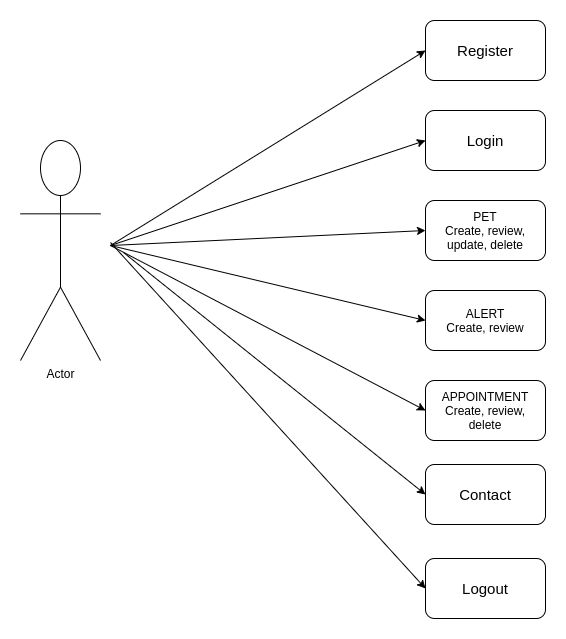
Before: staff/monica-morales/pet-care/pet-care-doc/images/usecase.png, a diagram exported from draw.io (momorales/skylab-bootcamp-202001). Source tidied: cells renumbered, new cells last; positions are measured from the earlier drawing's top-left corner, leaving out a move shared by most shapes.
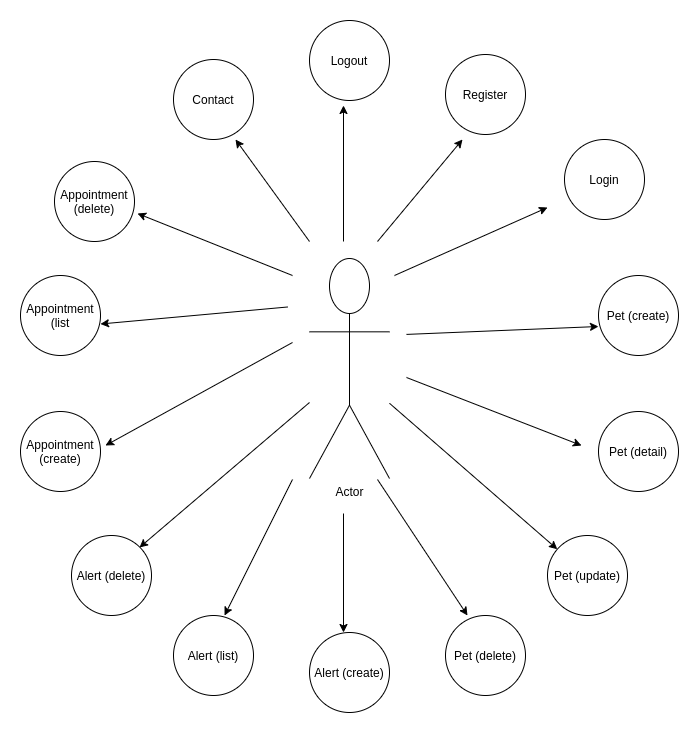
Above is the later version.

Commit message:
modificar docu

Change to the diagram source:
```diff
@@ -3,65 +3,125 @@
     <mxCell id="0" />
     <mxCell id="1" parent="0" />
     <mxCell id="2" value="Actor" style="shape=umlActor;verticalLabelPosition=bottom;labelBackgroundColor=#ffffff;verticalAlign=top;html=1;outlineConnect=0;" parent="1" vertex="1">
-      <mxGeometry y="120" width="80" height="220" as="geometry" />
+      <mxGeometry x="86" y="249" width="80" height="220" as="geometry" />
     </mxCell>
-    <mxCell id="3" style="endArrow=classic;html=1;targetPerimeterSpacing=7;jumpSize=12;strokeColor=#000000;rounded=1;jumpStyle=arc;entryX=0;entryY=0.5;entryDx=0;entryDy=0;" parent="1" edge="1" target="8">
-      <mxGeometry relative="1" as="geometry">
-        <mxPoint x="90" y="225" as="sourcePoint" />
-      </mxGeometry>
-    </mxCell>
-    <mxCell id="4" style="endArrow=classic;html=1;targetPerimeterSpacing=7;jumpSize=12;strokeColor=#000000;rounded=1;jumpStyle=arc;" parent="1" edge="1">
-      <mxGeometry relative="1" as="geometry">
-        <mxPoint x="90" y="225" as="sourcePoint" />
-        <mxPoint x="405" y="120" as="targetPoint" />
-      </mxGeometry>
-    </mxCell>
-    <mxCell id="5" style="endArrow=classic;html=1;targetPerimeterSpacing=7;jumpSize=12;strokeColor=#000000;rounded=1;jumpStyle=arc;entryX=0;entryY=0.5;entryDx=0;entryDy=0;" parent="1" edge="1" target="10">
-      <mxGeometry relative="1" as="geometry">
-        <mxPoint x="90" y="225" as="sourcePoint" />
-      </mxGeometry>
-    </mxCell>
-    <mxCell id="6" style="endArrow=classic;html=1;targetPerimeterSpacing=7;jumpSize=12;strokeColor=#000000;rounded=1;jumpStyle=arc;entryX=0;entryY=0.5;entryDx=0;entryDy=0;" parent="1" edge="1" target="11">
-      <mxGeometry relative="1" as="geometry">
-        <mxPoint x="90" y="225" as="sourcePoint" />
-      </mxGeometry>
-    </mxCell>
-    <mxCell id="7" style="endArrow=classic;html=1;targetPerimeterSpacing=7;jumpSize=12;strokeColor=#000000;rounded=1;jumpStyle=arc;" parent="1" edge="1">
-      <mxGeometry relative="1" as="geometry">
-        <mxPoint x="90" y="225" as="sourcePoint" />
-        <mxPoint x="405" y="390" as="targetPoint" />
-      </mxGeometry>
-    </mxCell>
-    <mxCell id="8" value="&lt;font style=&quot;font-size: 15px&quot;&gt;Register&lt;/font&gt;" style="rounded=1;whiteSpace=wrap;html=1;" parent="1" vertex="1">
-      <mxGeometry x="405" width="120" height="60" as="geometry" />
+    <mxCell id="8" value="Register" style="ellipse;whiteSpace=wrap;html=1;" parent="1" vertex="1">
+      <mxGeometry x="222" y="45" width="80" height="80" as="geometry" />
     </mxCell>
-    <mxCell id="9" value="&lt;font style=&quot;font-size: 15px&quot;&gt;Login&lt;/font&gt;" style="rounded=1;whiteSpace=wrap;html=1;" parent="1" vertex="1">
-      <mxGeometry x="405" y="90" width="120" height="60" as="geometry" />
+    <mxCell id="9" value="Login" style="ellipse;whiteSpace=wrap;html=1;" parent="1" vertex="1">
+      <mxGeometry x="341" y="130" width="80" height="80" as="geometry" />
     </mxCell>
-    <mxCell id="10" value="PET&lt;br&gt;Create, review,&lt;br&gt;update, delete&lt;br&gt;" style="rounded=1;whiteSpace=wrap;html=1;" parent="1" vertex="1">
-      <mxGeometry x="405" y="180" width="120" height="60" as="geometry" />
-    </mxCell>
-    <mxCell id="11" value="ALERT&lt;br&gt;Create, review" style="rounded=1;whiteSpace=wrap;html=1;" parent="1" vertex="1">
-      <mxGeometry x="405" y="270" width="120" height="60" as="geometry" />
-    </mxCell>
-    <mxCell id="12" value="APPOINTMENT&lt;br&gt;Create, review,&lt;br&gt;delete" style="rounded=1;whiteSpace=wrap;html=1;" parent="1" vertex="1">
-      <mxGeometry x="405" y="360" width="120" height="60" as="geometry" />
-    </mxCell>
+    <mxCell id="17" value="Pet (create)" style="ellipse;whiteSpace=wrap;html=1;" parent="1" vertex="1">
+      <mxGeometry x="375" y="266" width="80" height="80" as="geometry" />
+    </mxCell>
+    <mxCell id="18" value="Pet (detail)" style="ellipse;whiteSpace=wrap;html=1;" parent="1" vertex="1">
+      <mxGeometry x="375" y="402" width="80" height="80" as="geometry" />
+    </mxCell>
+    <mxCell id="19" value="Pet (update)" style="ellipse;whiteSpace=wrap;html=1;" parent="1" vertex="1">
+      <mxGeometry x="324" y="526" width="80" height="80" as="geometry" />
+    </mxCell>
+    <mxCell id="20" value="Pet (delete)" style="ellipse;whiteSpace=wrap;html=1;" parent="1" vertex="1">
+      <mxGeometry x="222" y="606" width="80" height="80" as="geometry" />
+    </mxCell>
+    <mxCell id="21" value="Alert (create)" style="ellipse;whiteSpace=wrap;html=1;" parent="1" vertex="1">
+      <mxGeometry x="86" y="623" width="80" height="80" as="geometry" />
+    </mxCell>
+    <mxCell id="22" value="Alert (list)" style="ellipse;whiteSpace=wrap;html=1;" parent="1" vertex="1">
+      <mxGeometry x="-50" y="606" width="80" height="80" as="geometry" />
+    </mxCell>
+    <mxCell id="23" value="Alert (delete)" style="ellipse;whiteSpace=wrap;html=1;" parent="1" vertex="1">
+      <mxGeometry x="-152" y="526" width="80" height="80" as="geometry" />
+    </mxCell>
+    <mxCell id="24" value="Appointment (create)" style="ellipse;whiteSpace=wrap;html=1;" parent="1" vertex="1">
+      <mxGeometry x="-203" y="402" width="80" height="80" as="geometry" />
+    </mxCell>
+    <mxCell id="25" value="Appointment (delete)" style="ellipse;whiteSpace=wrap;html=1;" parent="1" vertex="1">
+      <mxGeometry x="-169" y="152" width="80" height="80" as="geometry" />
+    </mxCell>
+    <mxCell id="26" value="Appointment (list" style="ellipse;whiteSpace=wrap;html=1;" parent="1" vertex="1">
+      <mxGeometry x="-203" y="266" width="80" height="80" as="geometry" />
+    </mxCell>
+    <mxCell id="14" value="Contact" style="ellipse;whiteSpace=wrap;html=1;" parent="1" vertex="1">
+      <mxGeometry x="-50" y="50" width="80" height="80" as="geometry" />
+    </mxCell>
-    <mxCell id="13" value="&lt;font style=&quot;font-size: 15px&quot;&gt;Logout&lt;/font&gt;" style="rounded=1;whiteSpace=wrap;html=1;" parent="1" vertex="1">
-      <mxGeometry x="405" y="538" width="120" height="60" as="geometry" />
+    <mxCell id="13" value="Logout" style="ellipse;whiteSpace=wrap;html=1;" parent="1" vertex="1">
+      <mxGeometry x="86" y="11" width="80" height="80" as="geometry" />
     </mxCell>
-    <mxCell id="14" value="&lt;font style=&quot;font-size: 15px&quot;&gt;Contact&lt;/font&gt;" style="rounded=1;whiteSpace=wrap;html=1;" parent="1" vertex="1">
-      <mxGeometry x="405" y="444" width="120" height="60" as="geometry" />
-    </mxCell>
-    <mxCell id="15" style="endArrow=classic;html=1;targetPerimeterSpacing=7;jumpSize=12;strokeColor=#000000;rounded=1;jumpStyle=arc;entryX=0;entryY=0.5;entryDx=0;entryDy=0;" parent="1" edge="1" target="14">
-      <mxGeometry relative="1" as="geometry">
-        <mxPoint x="103" y="232" as="sourcePoint" />
-      </mxGeometry>
-    </mxCell>
-    <mxCell id="16" style="endArrow=classic;html=1;entryX=0;entryY=0.5;entryDx=0;entryDy=0;" parent="1" edge="1" target="13">
-      <mxGeometry relative="1" as="geometry">
-        <mxPoint x="90" y="222" as="sourcePoint" />
-      </mxGeometry>
-    </mxCell>
+    <mxCell id="27" style="endArrow=classic;html=1;" parent="1" edge="1">
+      <mxGeometry relative="1" as="geometry">
+        <mxPoint x="171" y="266" as="sourcePoint" />
+        <mxPoint x="324" y="198" as="targetPoint" />
+      </mxGeometry>
+    </mxCell>
+    <mxCell id="28" style="endArrow=classic;html=1;" parent="1" edge="1">
+      <mxGeometry relative="1" as="geometry">
+        <mxPoint x="154" y="232" as="sourcePoint" />
+        <mxPoint x="239" y="130" as="targetPoint" />
+      </mxGeometry>
+    </mxCell>
+    <mxCell id="29" style="endArrow=classic;html=1;" parent="1" edge="1">
+      <mxGeometry relative="1" as="geometry">
+        <mxPoint x="120" y="232" as="sourcePoint" />
+        <mxPoint x="120" y="96" as="targetPoint" />
+      </mxGeometry>
+    </mxCell>
+    <mxCell id="30" style="endArrow=classic;html=1;entryX=0.775;entryY=1;entryDx=0;entryDy=0;entryPerimeter=0;" parent="1" edge="1" target="14">
+      <mxGeometry relative="1" as="geometry">
+        <mxPoint x="86" y="232" as="sourcePoint" />
+      </mxGeometry>
+    </mxCell>
+    <mxCell id="31" style="endArrow=classic;html=1;" parent="1" edge="1">
+      <mxGeometry relative="1" as="geometry">
+        <mxPoint x="183" y="324.9" as="sourcePoint" />
+        <mxPoint x="375" y="317" as="targetPoint" />
+      </mxGeometry>
+    </mxCell>
+    <mxCell id="32" style="endArrow=classic;html=1;" parent="1" edge="1">
+      <mxGeometry relative="1" as="geometry">
+        <mxPoint x="183" y="368" as="sourcePoint" />
+        <mxPoint x="358" y="436" as="targetPoint" />
+      </mxGeometry>
+    </mxCell>
+    <mxCell id="33" style="endArrow=classic;html=1;" parent="1" edge="1" source="2" target="19">
+      <mxGeometry relative="1" as="geometry" />
+    </mxCell>
+    <mxCell id="34" style="endArrow=classic;html=1;entryX=1.038;entryY=0.65;entryDx=0;entryDy=0;entryPerimeter=0;" parent="1" edge="1" target="25">
+      <mxGeometry relative="1" as="geometry">
+        <mxPoint x="69" y="266" as="sourcePoint" />
+      </mxGeometry>
+    </mxCell>
+    <mxCell id="35" style="endArrow=classic;html=1;" parent="1" edge="1">
+      <mxGeometry relative="1" as="geometry">
+        <mxPoint x="64" y="297.5" as="sourcePoint" />
+        <mxPoint x="-123" y="314.5" as="targetPoint" />
+      </mxGeometry>
+    </mxCell>
+    <mxCell id="36" style="endArrow=classic;html=1;" parent="1" edge="1">
+      <mxGeometry relative="1" as="geometry">
+        <mxPoint x="69" y="333" as="sourcePoint" />
+        <mxPoint x="-118" y="436" as="targetPoint" />
+      </mxGeometry>
+    </mxCell>
+    <mxCell id="37" style="endArrow=classic;html=1;" parent="1" edge="1">
+      <mxGeometry relative="1" as="geometry">
+        <mxPoint x="86" y="393" as="sourcePoint" />
+        <mxPoint x="-84" y="538" as="targetPoint" />
+      </mxGeometry>
+    </mxCell>
+    <mxCell id="38" style="endArrow=classic;html=1;entryX=0.275;entryY=0;entryDx=0;entryDy=0;entryPerimeter=0;" parent="1" edge="1" target="20">
+      <mxGeometry relative="1" as="geometry">
+        <mxPoint x="154" y="470" as="sourcePoint" />
+      </mxGeometry>
+    </mxCell>
+    <mxCell id="39" style="endArrow=classic;html=1;entryX=0.425;entryY=0;entryDx=0;entryDy=0;entryPerimeter=0;" parent="1" edge="1" target="21">
+      <mxGeometry relative="1" as="geometry">
+        <mxPoint x="120" y="504" as="sourcePoint" />
+      </mxGeometry>
+    </mxCell>
+    <mxCell id="40" style="endArrow=classic;html=1;entryX=0.638;entryY=0;entryDx=0;entryDy=0;entryPerimeter=0;" parent="1" edge="1" target="22">
+      <mxGeometry relative="1" as="geometry">
+        <mxPoint x="69" y="470" as="sourcePoint" />
+      </mxGeometry>
+    </mxCell>
   </root>
 </mxGraphModel>
```
